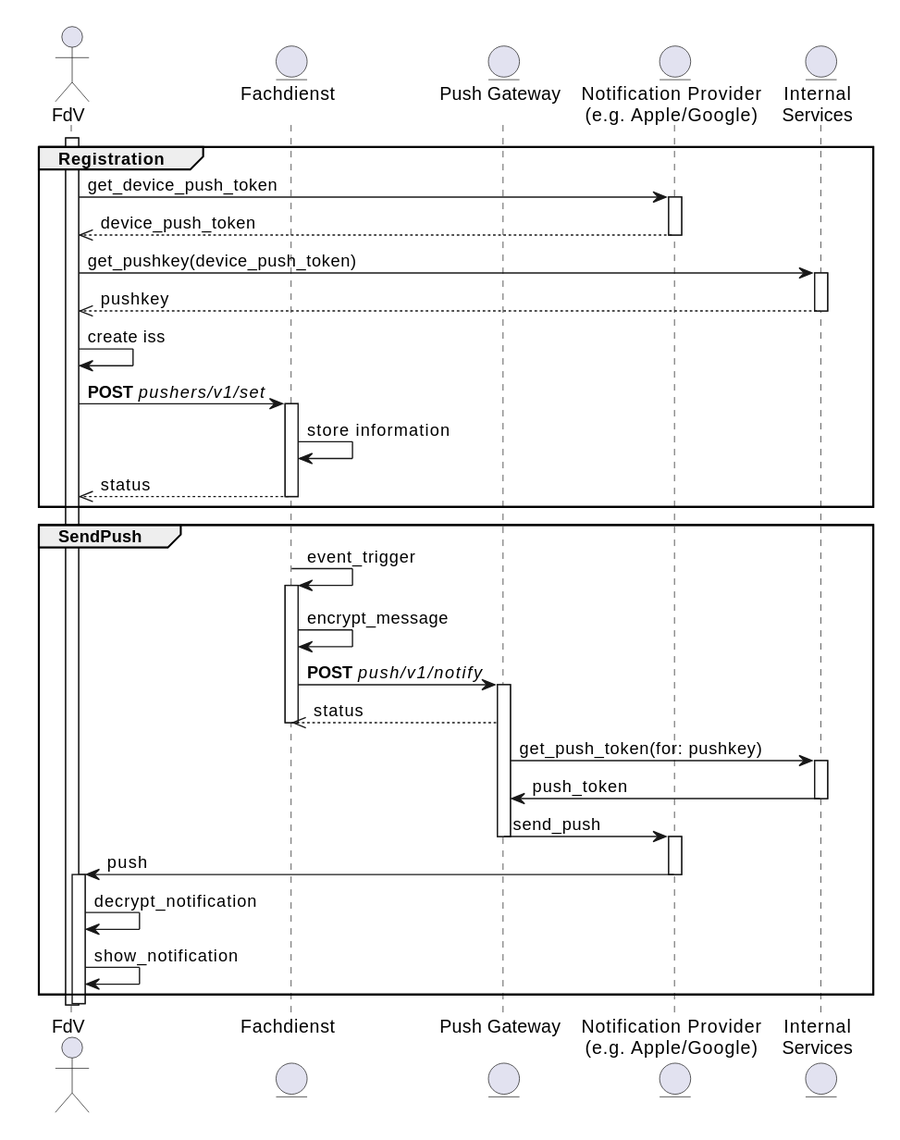
gematik/gem-push-notifications-concept keeps this PlantUML diagram as 1.0.0/images/diagrams/registration_complex.svg. Above is the earlier version.
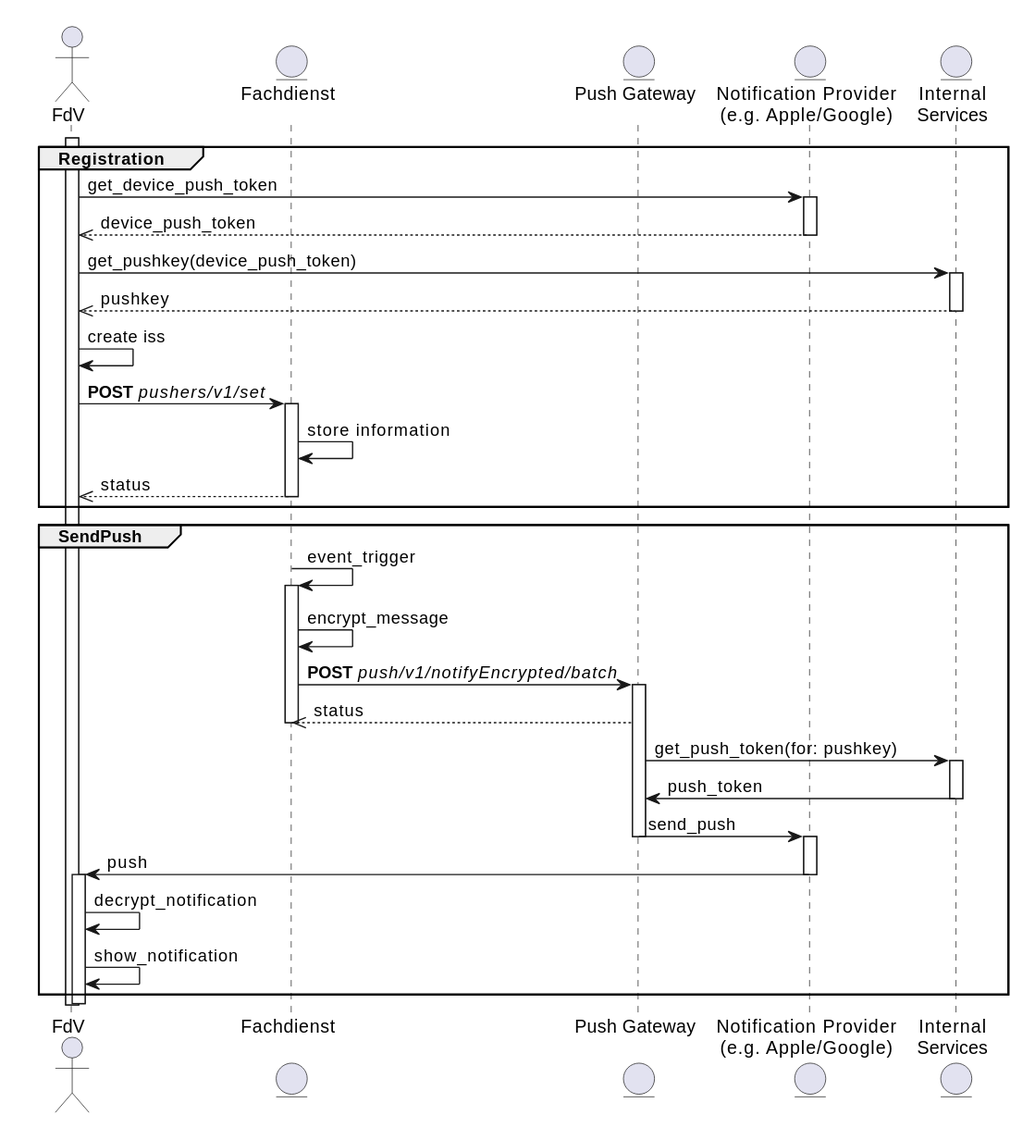
After the change.

The edit, as a diff of the source:
```diff
@@ -32,7 +32,7 @@
     Fachdienst -> Fachdienst : event_trigger
     activate Fachdienst
     Fachdienst -> Fachdienst : encrypt_message
-    Fachdienst -> NotificationService : **POST** //push/v1/notify//
+    Fachdienst -> NotificationService : **POST** //push/v1/notifyEncrypted/batch//
     activate NotificationService
     NotificationService -->> Fachdienst : status
     deactivate Fachdienst
```
